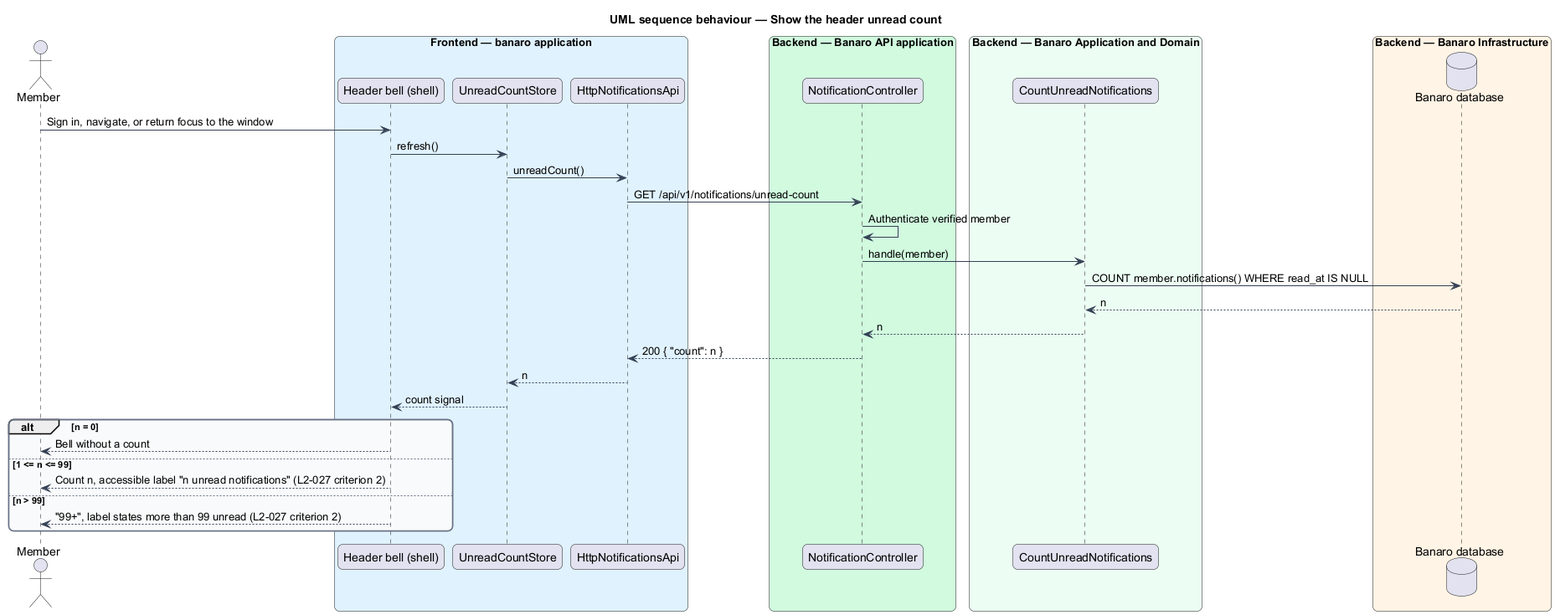
Earlier version of the PlantUML export docs/detailed-designs/notifications/in-app-notifications/diagrams/sequence-header-unread-count.png (QuinntyneBrown/banaro). The source it was exported from:
```plantuml
@startuml
title UML sequence behaviour — Show the header unread count
skinparam backgroundColor #FFFFFF
skinparam shadowing false
skinparam roundcorner 12
skinparam defaultFontName Arial
skinparam ArrowColor #344054
skinparam rectangle {
  BorderColor #344054
  FontColor #101828
}
skinparam package {
  BorderColor #667085
  FontColor #101828
  BackgroundColor #F9FAFB
}
actor "Member" as actor
box "Frontend — banaro application" #E0F2FE
  participant "Header bell (shell)" as bell
  participant "UnreadCountStore" as store
  participant "HttpNotificationsApi" as client
end box
box "Backend — Banaro API application" #D1FADF
  participant "NotificationController" as controller
end box
box "Backend — Banaro Application and Domain" #ECFDF3
  participant "CountUnreadNotifications" as action
end box
box "Backend — Banaro Infrastructure" #FFF4E5
  database "Banaro database" as db
end box

actor -> bell : Sign in, navigate, or return focus to the window
bell -> store : refresh()
store -> client : unreadCount()
client -> controller : GET /api/v1/notifications/unread-count
controller -> controller : Authenticate verified member
controller -> action : handle(member)
action -> db : COUNT member.notifications() WHERE read_at IS NULL
db --> action : n
action --> controller : n
controller --> client : 200 { "count": n }
client --> store : n
store --> bell : count signal
alt n = 0
  bell --> actor : Bell without a count
else 1 <= n <= 99
  bell --> actor : Count n, accessible label "n unread notifications" (L2-027 criterion 2)
else n > 99
  bell --> actor : "99+", label states more than 99 unread (L2-027 criterion 2)
end
@enduml
```
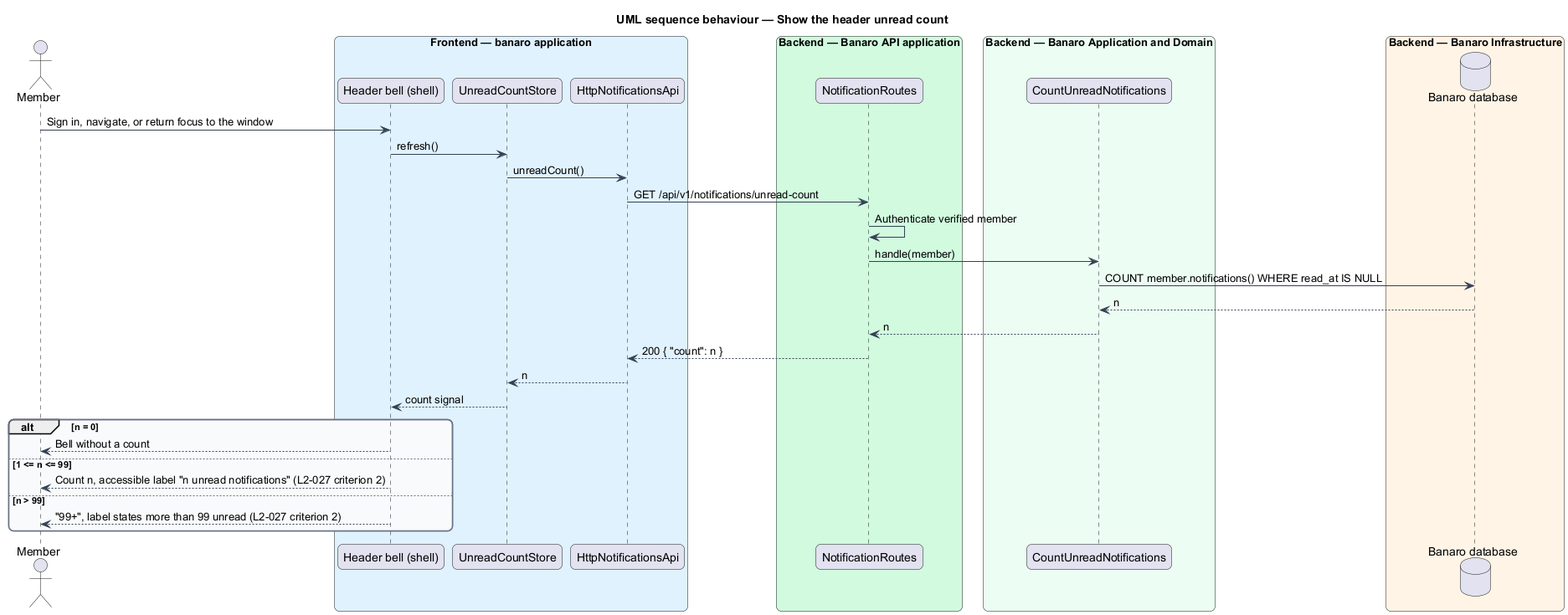
After the commit.

Change to the diagram source:
```diff
@@ -21,7 +21,7 @@
   participant "HttpNotificationsApi" as client
 end box
 box "Backend — Banaro API application" #D1FADF
-  participant "NotificationController" as controller
+  participant "NotificationRoutes" as controller
 end box
 box "Backend — Banaro Application and Domain" #ECFDF3
   participant "CountUnreadNotifications" as action
```
